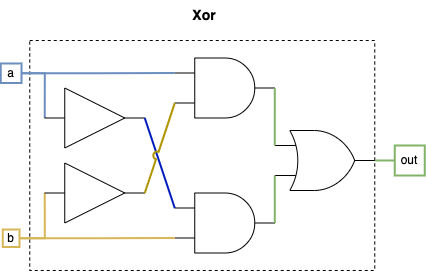
This is course1/project1/diagrams/xor.png from pwbrown/nand2tetris, a draw.io export, as it was before one commit. Source tidied: cells renumbered, new cells last; positions are measured from the earlier drawing's top-left corner, leaving out a move shared by most shapes. Its diagram source:
```xml
<mxGraphModel>
  <root>
    <mxCell id="0" />
    <mxCell id="1" parent="0" />
    <mxCell id="2" value="&lt;font style=&quot;font-size: 14px;&quot;&gt;&lt;b&gt;Xor&lt;/b&gt;&lt;/font&gt;" style="text;html=1;align=center;verticalAlign=middle;whiteSpace=wrap;rounded=0;" parent="1" vertex="1">
      <mxGeometry x="174.2" width="60" height="30" as="geometry" />
    </mxCell>
    <mxCell id="3" style="rounded=0;whiteSpace=wrap;html=1;dashed=1;" parent="1" vertex="1">
      <mxGeometry x="29.2" y="40" width="345" height="230" as="geometry" />
    </mxCell>
    <mxCell id="4" value="out" style="text;html=1;align=center;verticalAlign=middle;whiteSpace=wrap;rounded=0;fillColor=none;strokeColor=#82b366;strokeWidth=2;" parent="1" vertex="1">
      <mxGeometry x="394.2" y="145" width="30" height="30" as="geometry" />
    </mxCell>
    <mxCell id="5" style="edgeStyle=orthogonalEdgeStyle;shape=connector;rounded=0;jettySize=auto;html=1;exitX=1;exitY=0.5;exitDx=0;exitDy=0;entryX=0;entryY=0.5;entryDx=0;entryDy=0;strokeColor=#d6b656;align=center;verticalAlign=middle;fontFamily=Helvetica;fontSize=11;fontColor=default;labelBackgroundColor=default;startFill=0;endArrow=none;fillColor=#fff2cc;strokeWidth=2;" parent="1" edge="1" source="6" target="10">
      <mxGeometry relative="1" as="geometry">
        <Array as="points">
          <mxPoint x="44.2" y="238" />
          <mxPoint x="44.2" y="193" />
        </Array>
      </mxGeometry>
    </mxCell>
    <mxCell id="6" value="b" style="text;html=1;align=center;verticalAlign=middle;whiteSpace=wrap;rounded=0;fillColor=none;strokeColor=#d6b656;strokeWidth=2;" parent="1" vertex="1">
      <mxGeometry x="2.2" y="229" width="16.8" height="17.5" as="geometry" />
    </mxCell>
    <mxCell id="7" style="edgeStyle=orthogonalEdgeStyle;shape=connector;rounded=0;jettySize=auto;html=1;exitX=1;exitY=0.5;exitDx=0;exitDy=0;entryX=0;entryY=0.5;entryDx=0;entryDy=0;strokeColor=#6c8ebf;align=center;verticalAlign=middle;fontFamily=Helvetica;fontSize=11;fontColor=default;labelBackgroundColor=default;startFill=0;endArrow=none;fillColor=#dae8fc;strokeWidth=2;" parent="1" edge="1" source="8" target="9">
      <mxGeometry relative="1" as="geometry">
        <Array as="points">
          <mxPoint x="44.2" y="73" />
          <mxPoint x="44.2" y="118" />
        </Array>
      </mxGeometry>
    </mxCell>
    <mxCell id="8" value="a" style="text;html=1;align=center;verticalAlign=middle;whiteSpace=wrap;rounded=0;fillColor=none;strokeColor=#6c8ebf;strokeWidth=2;" parent="1" vertex="1">
      <mxGeometry x="0.2" y="63" width="20.8" height="19.5" as="geometry" />
    </mxCell>
    <mxCell id="9" style="verticalLabelPosition=bottom;shadow=0;dashed=0;align=center;html=1;verticalAlign=top;shape=mxgraph.electrical.logic_gates.buffer2;fontFamily=Helvetica;fontSize=11;fontColor=default;labelBackgroundColor=default;" parent="1" vertex="1">
      <mxGeometry x="44.2" y="87.5" width="100" height="60" as="geometry" />
    </mxCell>
    <mxCell id="10" style="verticalLabelPosition=bottom;shadow=0;dashed=0;align=center;html=1;verticalAlign=top;shape=mxgraph.electrical.logic_gates.buffer2;fontFamily=Helvetica;fontSize=11;fontColor=default;labelBackgroundColor=default;" parent="1" vertex="1">
      <mxGeometry x="44.2" y="162.5" width="100" height="60" as="geometry" />
    </mxCell>
    <mxCell id="11" style="verticalLabelPosition=bottom;shadow=0;dashed=0;align=center;html=1;verticalAlign=top;shape=mxgraph.electrical.logic_gates.logic_gate;operation=and;fontFamily=Helvetica;fontSize=11;fontColor=default;labelBackgroundColor=default;" parent="1" vertex="1">
      <mxGeometry x="174.2" y="57.5" width="100" height="60" as="geometry" />
    </mxCell>
    <mxCell id="12" style="verticalLabelPosition=bottom;shadow=0;dashed=0;align=center;html=1;verticalAlign=top;shape=mxgraph.electrical.logic_gates.logic_gate;operation=and;fontFamily=Helvetica;fontSize=11;fontColor=default;labelBackgroundColor=default;" parent="1" vertex="1">
      <mxGeometry x="174.2" y="192.5" width="100" height="60" as="geometry" />
    </mxCell>
    <mxCell id="13" style="shape=connector;rounded=0;jettySize=auto;html=1;exitX=1;exitY=0.5;exitDx=0;exitDy=0;entryX=0;entryY=0.25;entryDx=0;entryDy=0;entryPerimeter=0;strokeColor=#001DBC;align=center;verticalAlign=middle;fontFamily=Helvetica;fontSize=11;fontColor=default;labelBackgroundColor=default;startFill=0;endArrow=none;fillColor=#0050ef;strokeWidth=2;" parent="1" edge="1" source="9" target="12">
      <mxGeometry relative="1" as="geometry" />
    </mxCell>
    <mxCell id="14" style="shape=connector;rounded=0;jettySize=auto;html=1;exitX=1;exitY=0.5;exitDx=0;exitDy=0;entryX=0;entryY=0.75;entryDx=0;entryDy=0;entryPerimeter=0;strokeColor=#B09500;align=center;verticalAlign=middle;fontFamily=Helvetica;fontSize=11;fontColor=default;labelBackgroundColor=default;startFill=0;endArrow=none;jumpStyle=arc;fillColor=#e3c800;strokeWidth=2;" parent="1" edge="1" source="10" target="11">
      <mxGeometry relative="1" as="geometry" />
    </mxCell>
    <mxCell id="15" style="edgeStyle=orthogonalEdgeStyle;shape=connector;rounded=0;jettySize=auto;html=1;exitX=1;exitY=0.5;exitDx=0;exitDy=0;entryX=0;entryY=0.75;entryDx=0;entryDy=0;entryPerimeter=0;strokeColor=#d6b656;align=center;verticalAlign=middle;fontFamily=Helvetica;fontSize=11;fontColor=default;labelBackgroundColor=default;startFill=0;endArrow=none;fillColor=#fff2cc;strokeWidth=2;" parent="1" edge="1" source="6" target="12">
      <mxGeometry relative="1" as="geometry" />
    </mxCell>
    <mxCell id="16" style="edgeStyle=orthogonalEdgeStyle;shape=connector;rounded=0;jettySize=auto;html=1;exitX=1;exitY=0.5;exitDx=0;exitDy=0;entryX=0;entryY=0.25;entryDx=0;entryDy=0;entryPerimeter=0;strokeColor=#6c8ebf;align=center;verticalAlign=middle;fontFamily=Helvetica;fontSize=11;fontColor=default;labelBackgroundColor=default;startFill=0;endArrow=none;fillColor=#dae8fc;strokeWidth=2;" parent="1" edge="1" source="8" target="11">
      <mxGeometry relative="1" as="geometry" />
    </mxCell>
    <mxCell id="17" style="edgeStyle=orthogonalEdgeStyle;shape=connector;rounded=0;jettySize=auto;html=1;exitX=1;exitY=0.5;exitDx=0;exitDy=0;exitPerimeter=0;entryX=0;entryY=0.5;entryDx=0;entryDy=0;strokeColor=#82b366;align=center;verticalAlign=middle;fontFamily=Helvetica;fontSize=11;fontColor=default;labelBackgroundColor=default;startFill=0;endArrow=none;fillColor=#d5e8d4;strokeWidth=2;" parent="1" edge="1" source="18" target="4">
      <mxGeometry relative="1" as="geometry" />
    </mxCell>
    <mxCell id="18" style="verticalLabelPosition=bottom;shadow=0;dashed=0;align=center;html=1;verticalAlign=top;shape=mxgraph.electrical.logic_gates.logic_gate;operation=or;fontFamily=Helvetica;fontSize=11;fontColor=default;labelBackgroundColor=default;" parent="1" vertex="1">
      <mxGeometry x="274.2" y="130" width="100" height="60" as="geometry" />
    </mxCell>
    <mxCell id="19" style="edgeStyle=orthogonalEdgeStyle;shape=connector;rounded=0;jettySize=auto;html=1;exitX=1;exitY=0.5;exitDx=0;exitDy=0;exitPerimeter=0;entryX=0;entryY=0.25;entryDx=0;entryDy=0;entryPerimeter=0;strokeColor=#82b366;align=center;verticalAlign=middle;fontFamily=Helvetica;fontSize=11;fontColor=default;labelBackgroundColor=default;startFill=0;endArrow=none;fillColor=#d5e8d4;strokeWidth=2;" parent="1" edge="1" source="11" target="18">
      <mxGeometry relative="1" as="geometry">
        <Array as="points">
          <mxPoint x="274.2" y="145" />
        </Array>
      </mxGeometry>
    </mxCell>
    <mxCell id="20" style="edgeStyle=orthogonalEdgeStyle;shape=connector;rounded=0;jettySize=auto;html=1;exitX=1;exitY=0.5;exitDx=0;exitDy=0;exitPerimeter=0;entryX=0;entryY=0.75;entryDx=0;entryDy=0;entryPerimeter=0;strokeColor=#82b366;align=center;verticalAlign=middle;fontFamily=Helvetica;fontSize=11;fontColor=default;labelBackgroundColor=default;startFill=0;endArrow=none;fillColor=#d5e8d4;strokeWidth=2;" parent="1" edge="1" source="12" target="18">
      <mxGeometry relative="1" as="geometry">
        <Array as="points">
          <mxPoint x="274.2" y="175" />
        </Array>
      </mxGeometry>
    </mxCell>
  </root>
</mxGraphModel>
```
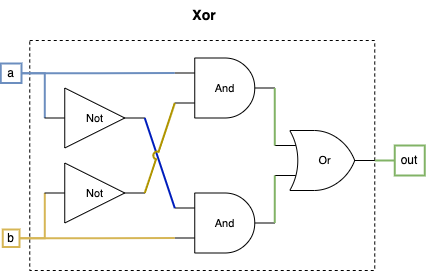
Above is the later version.

What changed in the source:
```diff
@@ -33,16 +33,16 @@
     <mxCell id="8" value="a" style="text;html=1;align=center;verticalAlign=middle;whiteSpace=wrap;rounded=0;fillColor=none;strokeColor=#6c8ebf;strokeWidth=2;" parent="1" vertex="1">
       <mxGeometry x="0.2" y="63" width="20.8" height="19.5" as="geometry" />
     </mxCell>
-    <mxCell id="9" style="verticalLabelPosition=bottom;shadow=0;dashed=0;align=center;html=1;verticalAlign=top;shape=mxgraph.electrical.logic_gates.buffer2;fontFamily=Helvetica;fontSize=11;fontColor=default;labelBackgroundColor=default;" parent="1" vertex="1">
+    <mxCell id="9" value="Not" style="verticalLabelPosition=middle;shadow=0;dashed=0;align=center;html=1;verticalAlign=middle;shape=mxgraph.electrical.logic_gates.buffer2;fontFamily=Helvetica;fontSize=11;fontColor=default;labelBackgroundColor=default;labelPosition=center;" parent="1" vertex="1">
       <mxGeometry x="44.2" y="87.5" width="100" height="60" as="geometry" />
     </mxCell>
-    <mxCell id="10" style="verticalLabelPosition=bottom;shadow=0;dashed=0;align=center;html=1;verticalAlign=top;shape=mxgraph.electrical.logic_gates.buffer2;fontFamily=Helvetica;fontSize=11;fontColor=default;labelBackgroundColor=default;" parent="1" vertex="1">
+    <mxCell id="10" value="Not" style="verticalLabelPosition=middle;shadow=0;dashed=0;align=center;html=1;verticalAlign=middle;shape=mxgraph.electrical.logic_gates.buffer2;fontFamily=Helvetica;fontSize=11;fontColor=default;labelBackgroundColor=default;labelPosition=center;" parent="1" vertex="1">
       <mxGeometry x="44.2" y="162.5" width="100" height="60" as="geometry" />
     </mxCell>
-    <mxCell id="11" style="verticalLabelPosition=bottom;shadow=0;dashed=0;align=center;html=1;verticalAlign=top;shape=mxgraph.electrical.logic_gates.logic_gate;operation=and;fontFamily=Helvetica;fontSize=11;fontColor=default;labelBackgroundColor=default;" parent="1" vertex="1">
+    <mxCell id="11" value="And" style="verticalLabelPosition=middle;shadow=0;dashed=0;align=center;html=1;verticalAlign=middle;shape=mxgraph.electrical.logic_gates.logic_gate;operation=and;fontFamily=Helvetica;fontSize=11;fontColor=default;labelBackgroundColor=default;labelPosition=center;" parent="1" vertex="1">
       <mxGeometry x="174.2" y="57.5" width="100" height="60" as="geometry" />
     </mxCell>
-    <mxCell id="12" style="verticalLabelPosition=bottom;shadow=0;dashed=0;align=center;html=1;verticalAlign=top;shape=mxgraph.electrical.logic_gates.logic_gate;operation=and;fontFamily=Helvetica;fontSize=11;fontColor=default;labelBackgroundColor=default;" parent="1" vertex="1">
+    <mxCell id="12" value="And" style="verticalLabelPosition=middle;shadow=0;dashed=0;align=center;html=1;verticalAlign=middle;shape=mxgraph.electrical.logic_gates.logic_gate;operation=and;fontFamily=Helvetica;fontSize=11;fontColor=default;labelBackgroundColor=default;labelPosition=center;" parent="1" vertex="1">
       <mxGeometry x="174.2" y="192.5" width="100" height="60" as="geometry" />
     </mxCell>
     <mxCell id="13" style="shape=connector;rounded=0;jettySize=auto;html=1;exitX=1;exitY=0.5;exitDx=0;exitDy=0;entryX=0;entryY=0.25;entryDx=0;entryDy=0;entryPerimeter=0;strokeColor=#001DBC;align=center;verticalAlign=middle;fontFamily=Helvetica;fontSize=11;fontColor=default;labelBackgroundColor=default;startFill=0;endArrow=none;fillColor=#0050ef;strokeWidth=2;" parent="1" edge="1" source="9" target="12">
@@ -60,7 +60,7 @@
     <mxCell id="17" style="edgeStyle=orthogonalEdgeStyle;shape=connector;rounded=0;jettySize=auto;html=1;exitX=1;exitY=0.5;exitDx=0;exitDy=0;exitPerimeter=0;entryX=0;entryY=0.5;entryDx=0;entryDy=0;strokeColor=#82b366;align=center;verticalAlign=middle;fontFamily=Helvetica;fontSize=11;fontColor=default;labelBackgroundColor=default;startFill=0;endArrow=none;fillColor=#d5e8d4;strokeWidth=2;" parent="1" edge="1" source="18" target="4">
       <mxGeometry relative="1" as="geometry" />
     </mxCell>
-    <mxCell id="18" style="verticalLabelPosition=bottom;shadow=0;dashed=0;align=center;html=1;verticalAlign=top;shape=mxgraph.electrical.logic_gates.logic_gate;operation=or;fontFamily=Helvetica;fontSize=11;fontColor=default;labelBackgroundColor=default;" parent="1" vertex="1">
+    <mxCell id="18" value="Or" style="verticalLabelPosition=middle;shadow=0;dashed=0;align=center;html=1;verticalAlign=middle;shape=mxgraph.electrical.logic_gates.logic_gate;operation=or;fontFamily=Helvetica;fontSize=11;fontColor=default;labelBackgroundColor=default;labelPosition=center;" parent="1" vertex="1">
       <mxGeometry x="274.2" y="130" width="100" height="60" as="geometry" />
     </mxCell>
     <mxCell id="19" style="edgeStyle=orthogonalEdgeStyle;shape=connector;rounded=0;jettySize=auto;html=1;exitX=1;exitY=0.5;exitDx=0;exitDy=0;exitPerimeter=0;entryX=0;entryY=0.25;entryDx=0;entryDy=0;entryPerimeter=0;strokeColor=#82b366;align=center;verticalAlign=middle;fontFamily=Helvetica;fontSize=11;fontColor=default;labelBackgroundColor=default;startFill=0;endArrow=none;fillColor=#d5e8d4;strokeWidth=2;" parent="1" edge="1" source="11" target="18">
```
